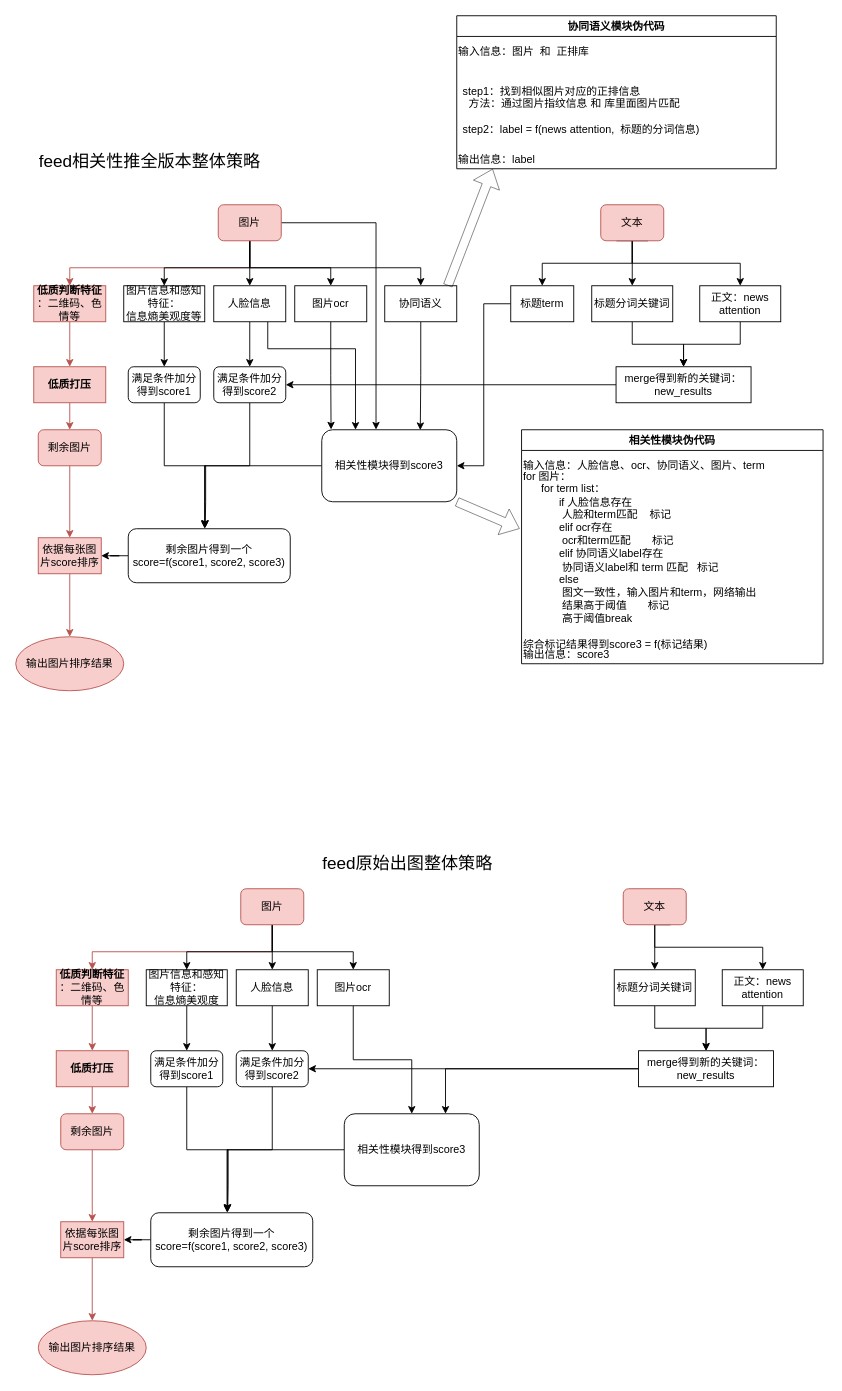
The draw.io diagram feed出图.drawio in 2018liuyan/one, before the edit. Source tidied: cells renumbered, new cells numbered last; positions are measured from the earlier drawing's top-left corner, leaving out a move shared by most shapes. Both pictures are drawn from the tidied source at 90%, with x=0, y=0 at pixel (15, 15).
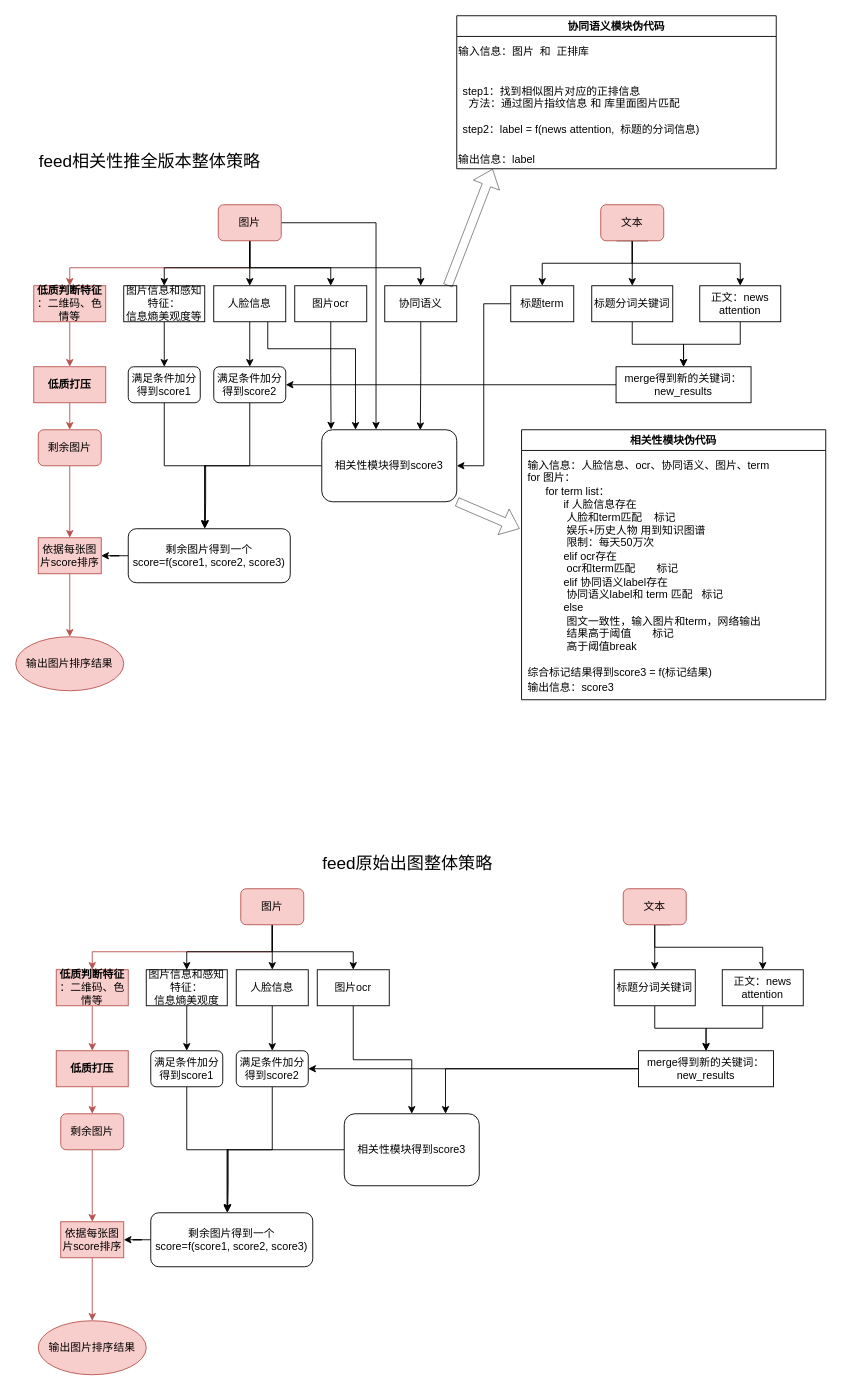
Above is the later version.

The edit, as a diff of the source:
```diff
@@
     <mxCell id="48" value="相关性模块伪代码" style="swimlane;align=center;" parent="1" vertex="1">
-      <mxGeometry x="562" y="460" width="335" height="260" as="geometry" />
+      <mxGeometry x="562" y="460" width="338" height="300" as="geometry" />
     </mxCell>
-    <mxCell id="49" value="for 图片：&lt;br&gt;&lt;span&gt;&lt;/span&gt;&amp;nbsp; &amp;nbsp; &amp;nbsp; for term list：&lt;br&gt;&lt;blockquote style=&quot;margin: 0 0 0 40px ; border: none ; padding: 0px&quot;&gt;if 人脸信息存在&lt;br&gt;&lt;span&gt; &lt;span&gt; &lt;/span&gt;&lt;/span&gt;&lt;span style=&quot;white-space: pre&quot;&gt; &lt;/span&gt;人脸和term匹配&amp;nbsp; &amp;nbsp; 标记&lt;br&gt;elif ocr存在&lt;br&gt;&lt;span&gt; &lt;span&gt; &lt;/span&gt;&lt;/span&gt;&lt;span style=&quot;white-space: pre&quot;&gt; &lt;/span&gt;ocr和term匹配&amp;nbsp; &amp;nbsp; &amp;nbsp; &amp;nbsp;标记&lt;br&gt;elif 协同语义label存在&lt;br&gt;&lt;span&gt; &lt;span&gt; &lt;/span&gt;&lt;/span&gt;&lt;span style=&quot;white-space: pre&quot;&gt; &lt;/span&gt;协同语义label和 term 匹配&amp;nbsp; &amp;nbsp;标记&lt;br&gt;else&lt;/blockquote&gt;&lt;blockquote style=&quot;margin: 0 0 0 40px ; border: none ; padding: 0px&quot;&gt;&lt;span&gt;&lt;span style=&quot;white-space: pre&quot;&gt; &lt;/span&gt;图文一致性，输入图片和term，网络输出&lt;/span&gt;&lt;/blockquote&gt;&lt;blockquote style=&quot;margin: 0 0 0 40px ; border: none ; padding: 0px&quot;&gt;&lt;span&gt;&lt;span style=&quot;white-space: pre&quot;&gt; &lt;/span&gt;结果高于阈值&amp;nbsp; &amp;nbsp; &amp;nbsp; &amp;nbsp;标记&lt;/span&gt;&lt;/blockquote&gt;&lt;blockquote style=&quot;margin: 0 0 0 40px ; border: none ; padding: 0px&quot;&gt;&lt;span&gt;&lt;span style=&quot;white-space: pre&quot;&gt; &lt;/span&gt;高于阈值break&lt;br&gt;&lt;/span&gt;&lt;/blockquote&gt;&lt;blockquote style=&quot;margin: 0 0 0 40px ; border: none ; padding: 0px&quot;&gt;&lt;blockquote style=&quot;margin: 0 0 0 40px ; border: none ; padding: 0px&quot;&gt;&lt;br&gt;&lt;/blockquote&gt;&lt;blockquote style=&quot;margin: 0 0 0 40px ; border: none ; padding: 0px&quot;&gt;&lt;/blockquote&gt;&lt;/blockquote&gt;综合标记结果得到score3 = f(标记结果)" style="text;html=1;align=left;verticalAlign=middle;strokeColor=none;fillColor=none;" parent="48" vertex="1">
-      <mxGeometry y="45" width="300" height="200" as="geometry" />
+    <mxCell id="49" value="for 图片：&lt;br&gt;&lt;span&gt;&lt;/span&gt;&amp;nbsp; &amp;nbsp; &amp;nbsp; for term list：&lt;br&gt;&lt;blockquote style=&quot;margin: 0 0 0 40px ; border: none ; padding: 0px&quot;&gt;if 人脸信息存在&amp;nbsp;&lt;br&gt;&lt;span&gt; &lt;span&gt; &lt;/span&gt;&lt;/span&gt;&lt;span style=&quot;white-space: pre&quot;&gt; &lt;/span&gt;人脸和term匹配&amp;nbsp; &amp;nbsp; 标记&lt;/blockquote&gt;&lt;blockquote style=&quot;margin: 0 0 0 40px ; border: none ; padding: 0px&quot;&gt;&lt;span style=&quot;white-space: pre&quot;&gt; &lt;/span&gt;娱乐+历史人物 用到知识图谱&lt;/blockquote&gt;&lt;blockquote style=&quot;margin: 0 0 0 40px ; border: none ; padding: 0px&quot;&gt;&lt;span style=&quot;white-space: pre&quot;&gt; &lt;/span&gt;限制：每天50万次&lt;/blockquote&gt;&lt;blockquote style=&quot;margin: 0 0 0 40px ; border: none ; padding: 0px&quot;&gt;elif ocr存在&lt;br&gt;&lt;span&gt; &lt;span&gt; &lt;/span&gt;&lt;/span&gt;&lt;span style=&quot;white-space: pre&quot;&gt; &lt;/span&gt;ocr和term匹配&amp;nbsp; &amp;nbsp; &amp;nbsp; &amp;nbsp;标记&lt;br&gt;elif 协同语义label存在&lt;br&gt;&lt;span&gt; &lt;span&gt; &lt;/span&gt;&lt;/span&gt;&lt;span style=&quot;white-space: pre&quot;&gt; &lt;/span&gt;协同语义label和 term 匹配&amp;nbsp; &amp;nbsp;标记&lt;br&gt;else&lt;/blockquote&gt;&lt;blockquote style=&quot;margin: 0 0 0 40px ; border: none ; padding: 0px&quot;&gt;&lt;span&gt;&lt;span style=&quot;white-space: pre&quot;&gt; &lt;/span&gt;图文一致性，输入图片和term，网络输出&lt;/span&gt;&lt;/blockquote&gt;&lt;blockquote style=&quot;margin: 0 0 0 40px ; border: none ; padding: 0px&quot;&gt;&lt;span&gt;&lt;span style=&quot;white-space: pre&quot;&gt; &lt;/span&gt;结果高于阈值&amp;nbsp; &amp;nbsp; &amp;nbsp; &amp;nbsp;标记&lt;/span&gt;&lt;/blockquote&gt;&lt;blockquote style=&quot;margin: 0 0 0 40px ; border: none ; padding: 0px&quot;&gt;&lt;span&gt;&lt;span style=&quot;white-space: pre&quot;&gt; &lt;/span&gt;高于阈值break&lt;br&gt;&lt;/span&gt;&lt;/blockquote&gt;&lt;blockquote style=&quot;margin: 0 0 0 40px ; border: none ; padding: 0px&quot;&gt;&lt;blockquote style=&quot;margin: 0 0 0 40px ; border: none ; padding: 0px&quot;&gt;&lt;br&gt;&lt;/blockquote&gt;&lt;blockquote style=&quot;margin: 0 0 0 40px ; border: none ; padding: 0px&quot;&gt;&lt;/blockquote&gt;&lt;/blockquote&gt;综合标记结果得到score3 = f(标记结果)" style="text;html=1;align=left;verticalAlign=middle;strokeColor=none;fillColor=none;" parent="48" vertex="1">
+      <mxGeometry x="5" y="47" width="270" height="230" as="geometry" />
     </mxCell>
     <mxCell id="50" value="输入信息：人脸信息、ocr、协同语义、图片、term" style="text;html=1;align=left;verticalAlign=middle;strokeColor=none;fillColor=none;" parent="48" vertex="1">
-      <mxGeometry y="30" width="280" height="20" as="geometry" />
+      <mxGeometry x="5" y="30" width="280" height="20" as="geometry" />
     </mxCell>
     <mxCell id="51" value="输出信息：score3" style="text;html=1;align=left;verticalAlign=middle;strokeColor=none;fillColor=none;" parent="48" vertex="1">
-      <mxGeometry y="240" width="110" height="20" as="geometry" />
+      <mxGeometry x="5" y="277" width="110" height="20" as="geometry" />
     </mxCell>
```
